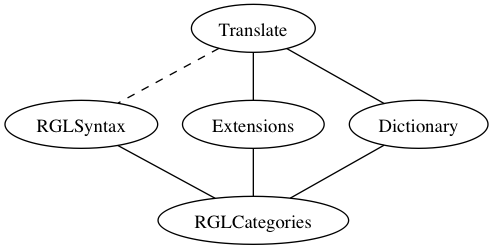
Before: doc/translation.png, a diagram exported from Graphviz (GrammaticalFramework/gf-rgl). Its source is kept beside it as doc/translation.dot.
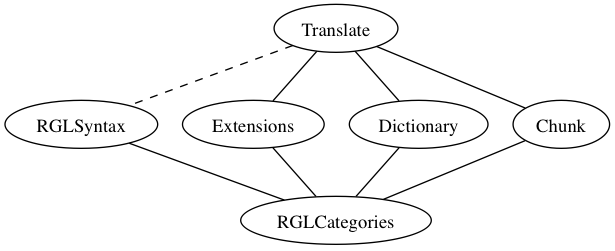
The same file after the commit.

Change to the diagram source:
```diff
@@ -6,7 +6,9 @@
   Translate -- RGLSyntax [style = dashed] ;
   Translate -- Extensions ;
   Translate -- Dictionary ;
+  Translate -- Chunk ;
   Extensions -- RGLCategories ;
+  Chunk -- RGLCategories ;
   RGLCategories ;
   RGLSyntax -- RGLCategories ;
   Dictionary -- RGLCategories ;
```
